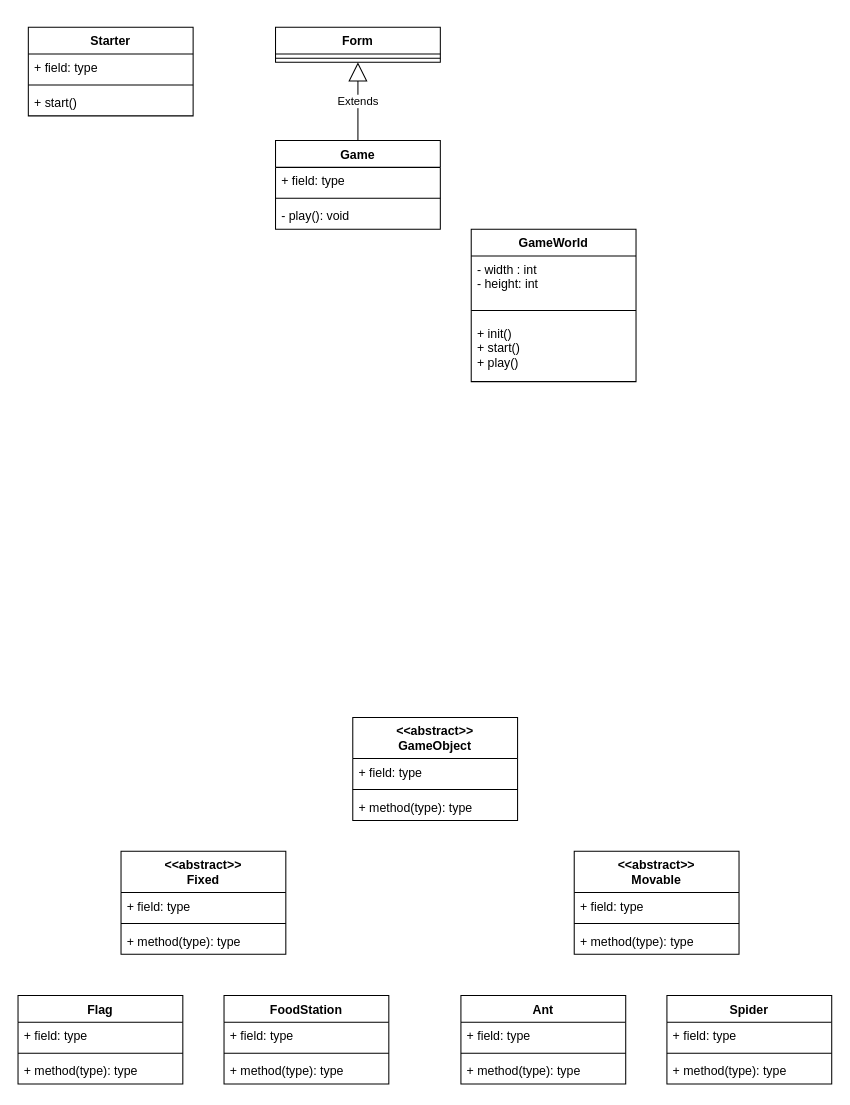
The draw.io diagram A1Prj_UML.drawio in jheym/133Proj, before the edit. Source tidied: cells renumbered, new cells numbered last; positions are measured from the earlier drawing's top-left corner, leaving out a move shared by most shapes. Both pictures are drawn from the tidied source at 103%, with x=0, y=0 at pixel (18, 27).
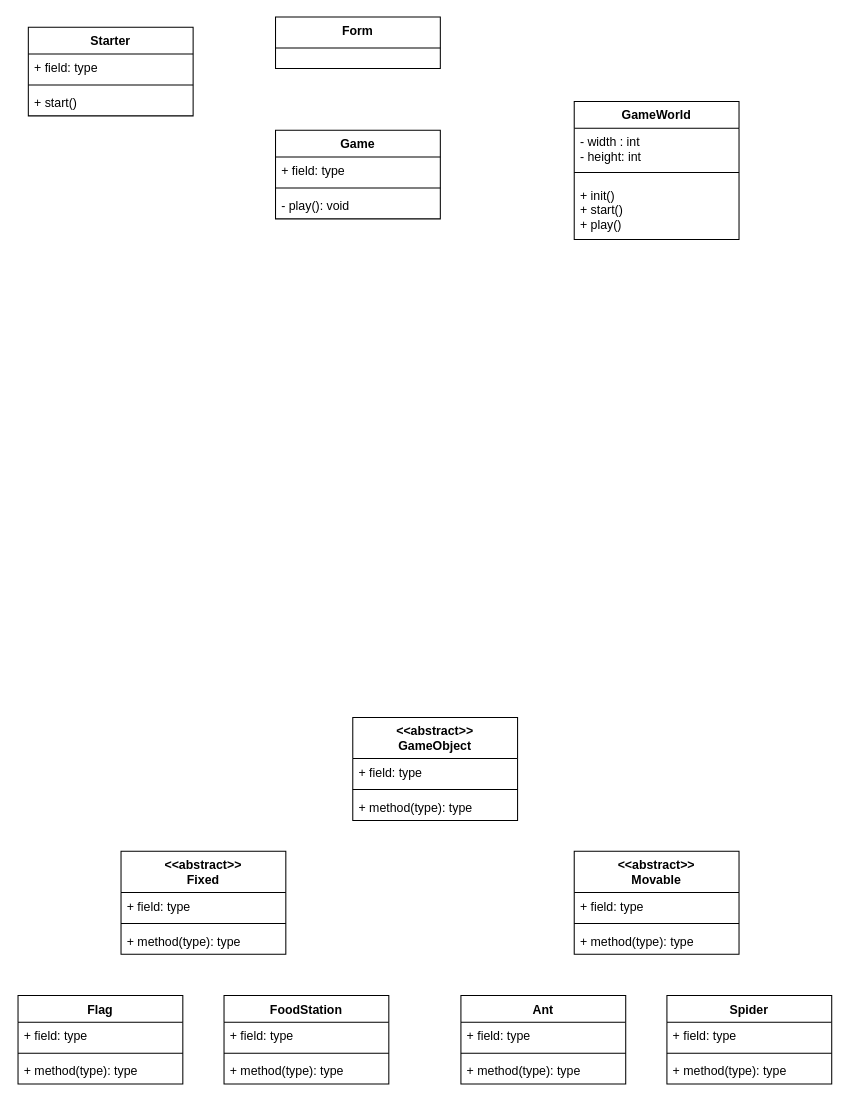
After the change.

What changed in the source:
```diff
@@
-    <mxCell id="34" value="Form&#10;" style="swimlane;fontStyle=1;align=center;verticalAlign=top;horizontal=1;startSize=26;" parent="1" vertex="1">
-      <mxGeometry x="250" width="160" height="34" as="geometry" />
+    <mxCell id="34" value="Form&#10;" style="swimlane;fontStyle=1;align=center;verticalAlign=top;horizontal=1;startSize=30;" parent="1" vertex="1">
+      <mxGeometry x="250" y="-10" width="160" height="50" as="geometry" />
     </mxCell>
-    <mxCell id="35" style="line;strokeWidth=1;fillColor=none;align=left;verticalAlign=middle;spacingTop=-1;spacingLeft=3;spacingRight=3;labelPosition=right;strokeColor=inherit;" parent="34" vertex="1">
-      <mxGeometry y="26" width="160" height="8" as="geometry" />
-    </mxCell>
     <mxCell id="36" value="Game" style="swimlane;fontStyle=1;align=center;verticalAlign=top;horizontal=1;startSize=26;" parent="1" vertex="1">
-      <mxGeometry x="250" y="110" width="160" height="86" as="geometry" />
+      <mxGeometry x="250" y="100" width="160" height="86" as="geometry" />
     </mxCell>
@@
     <mxCell id="40" value="GameWorld" style="swimlane;fontStyle=1;align=center;verticalAlign=top;horizontal=1;startSize=26;" parent="1" vertex="1">
-      <mxGeometry x="440" y="196" width="160" height="148" as="geometry" />
+      <mxGeometry x="540" y="72" width="160" height="134" as="geometry" />
     </mxCell>
     <mxCell id="41" value="- width : int&#10;- height: int&#10;" style="text;strokeColor=none;fillColor=none;align=left;verticalAlign=top;spacingLeft=4;spacingRight=4;overflow=hidden;" parent="40" vertex="1">
-      <mxGeometry y="26" width="160" height="44" as="geometry" />
+      <mxGeometry y="26" width="160" height="34" as="geometry" />
     </mxCell>
     <mxCell id="42" style="line;strokeWidth=1;fillColor=none;align=left;verticalAlign=middle;spacingTop=-1;spacingLeft=3;spacingRight=3;labelPosition=right;strokeColor=inherit;" parent="40" vertex="1">
-      <mxGeometry y="70" width="160" height="18" as="geometry" />
+      <mxGeometry y="60" width="160" height="18" as="geometry" />
     </mxCell>
     <mxCell id="43" value="+ init()&#10;+ start()&#10;+ play()&#10;" style="text;strokeColor=none;fillColor=none;align=left;verticalAlign=top;spacingLeft=4;spacingRight=4;overflow=hidden;" parent="40" vertex="1">
-      <mxGeometry y="88" width="160" height="60" as="geometry" />
+      <mxGeometry y="78" width="160" height="56" as="geometry" />
     </mxCell>
-    <mxCell id="44" value="Extends" style="endArrow=block;endSize=16;endFill=0;html=1;rounded=0;entryX=0.5;entryY=1;entryDx=0;entryDy=0;exitX=0.5;exitY=0;exitDx=0;exitDy=0;" parent="1" edge="1" source="36" target="34">
-      <mxGeometry relative="1" as="geometry" />
-    </mxCell>
```
